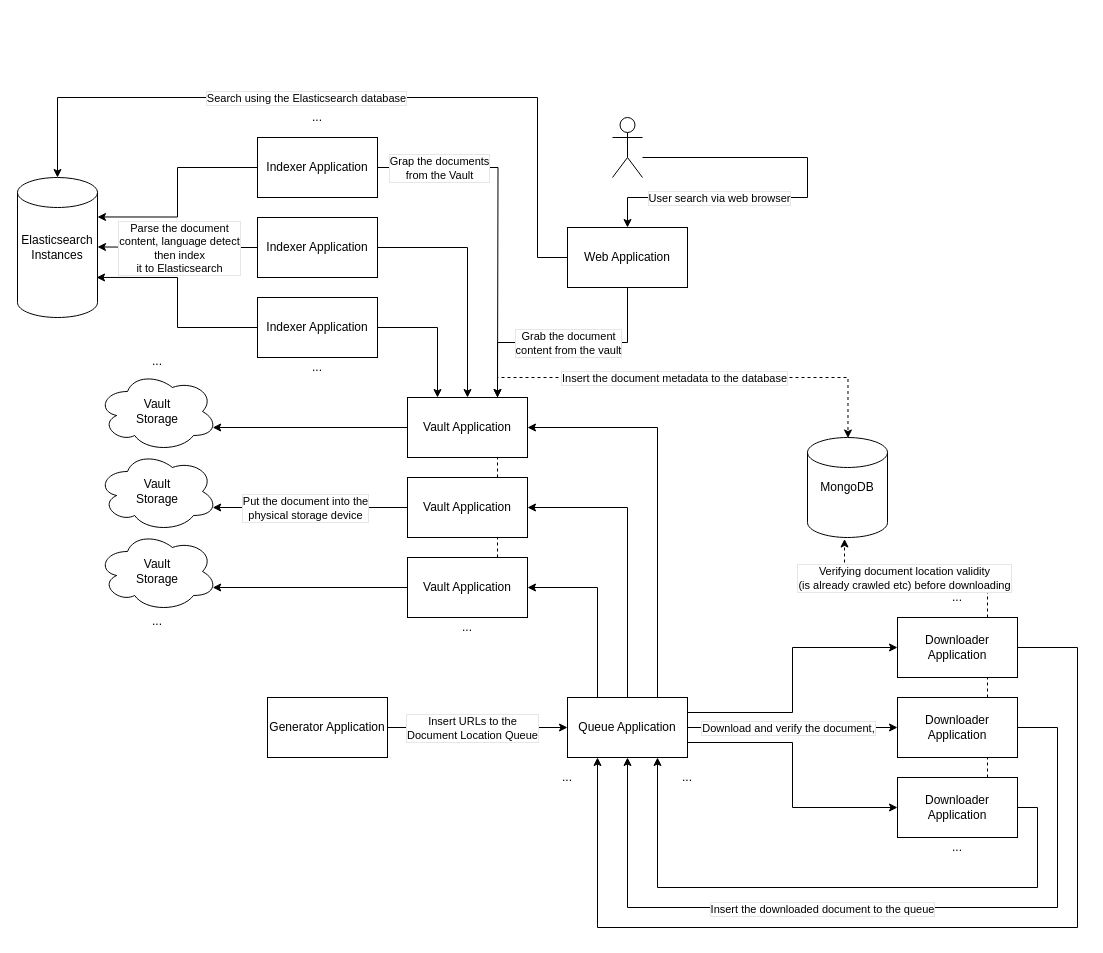
The draw.io diagram documentation/diagram/architecture.drawio in bottomless-archive-project/library-of-alexandria, before the edit. Source tidied: cells renumbered, new cells numbered last; positions are measured from the earlier drawing's top-left corner, leaving out a move shared by most shapes. Both pictures are drawn from the tidied source at 100%, with x=0, y=0 at pixel (17, 97).
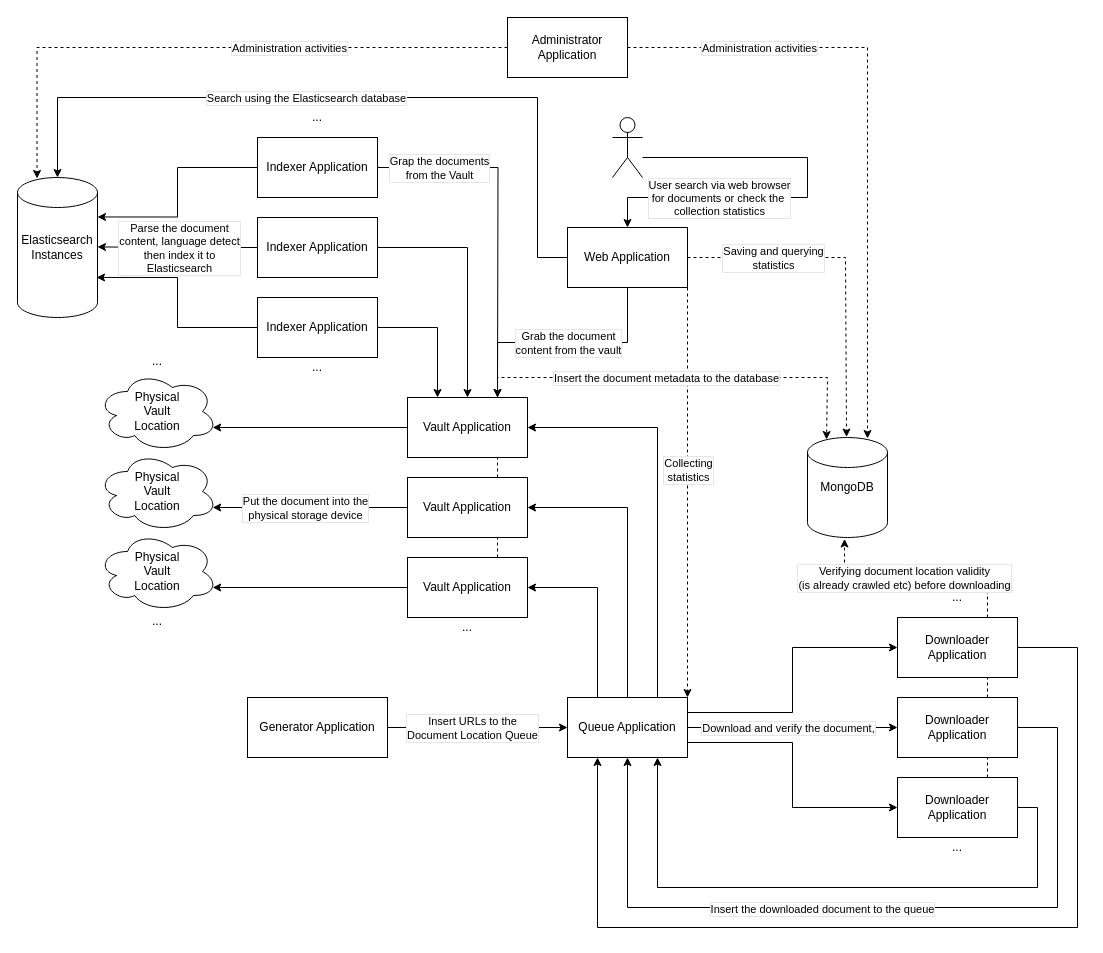
Above is the later version.

Commit message (it also covers changes not shown here):
#203 - Added the architecture diagram to the documentation.

Unchanged cells that the change refers to:
```xml
<mxCell id="12" value="Queue Application" style="rounded=0;whiteSpace=wrap;html=1;" parent="1" vertex="1">
  <mxGeometry x="550" y="600" width="120" height="60" as="geometry" />
</mxCell>
<mxCell id="28" value="MongoDB" style="shape=cylinder2;whiteSpace=wrap;html=1;boundedLbl=1;backgroundOutline=1;size=15;" parent="1" vertex="1">
  <mxGeometry x="790" y="340" width="80" height="100" as="geometry" />
</mxCell>
<mxCell id="32" value="Vault Application" style="rounded=0;whiteSpace=wrap;html=1;" parent="1" vertex="1">
  <mxGeometry x="390" y="300" width="120" height="60" as="geometry" />
</mxCell>
<mxCell id="47" style="edgeStyle=orthogonalEdgeStyle;rounded=0;jettySize=auto;html=1;exitX=0;exitY=0.5;exitDx=0;exitDy=0;entryX=1;entryY=0.496;entryDx=0;entryDy=0;entryPerimeter=0;endArrow=classic;endFill=1;" parent="1" edge="1" source="49" target="50">
  <mxGeometry relative="1" as="geometry" />
</mxCell>
<mxCell id="50" value="Elasticsearch&lt;br&gt;Instances" style="shape=cylinder2;whiteSpace=wrap;html=1;boundedLbl=1;backgroundOutline=1;size=15;" parent="1" vertex="1">
  <mxGeometry y="80" width="80" height="140" as="geometry" />
</mxCell>
<mxCell id="64" style="edgeStyle=orthogonalEdgeStyle;rounded=0;jettySize=auto;html=1;exitX=0.5;exitY=0;exitDx=0;exitDy=0;endArrow=none;endFill=0;startArrow=classic;startFill=1;" parent="1" edge="1" source="66" target="67">
  <mxGeometry relative="1" as="geometry">
    <Array as="points">
      <mxPoint x="610" y="100" />
      <mxPoint x="790" y="100" />
      <mxPoint x="790" y="60" />
    </Array>
  </mxGeometry>
</mxCell>
<mxCell id="66" value="Web Application" style="rounded=0;whiteSpace=wrap;html=1;" parent="1" vertex="1">
  <mxGeometry x="550" y="130" width="120" height="60" as="geometry" />
</mxCell>
```

The edit, as a diff of the source:
```diff
@@
+    <mxCell id="68" style="edgeStyle=orthogonalEdgeStyle;rounded=0;jettySize=auto;html=1;exitX=1;exitY=1;exitDx=0;exitDy=0;entryX=1;entryY=0;entryDx=0;entryDy=0;dashed=1;" parent="1" edge="1" source="66" target="12">
+      <mxGeometry relative="1" as="geometry" />
+    </mxCell>
+    <mxCell id="69" value="Collecting&lt;br&gt;statistics" style="edgeLabel;html=1;align=center;verticalAlign=middle;labelBorderColor=#E6E6E6;" parent="68" vertex="1">
+      <mxGeometry x="-0.11" relative="1" as="geometry" />
+    </mxCell>
@@
     <mxCell id="4" value="Generator Application" style="rounded=0;whiteSpace=wrap;html=1;" parent="1" vertex="1">
-      <mxGeometry x="250" y="600" width="120" height="60" as="geometry" />
+      <mxGeometry x="230" y="600" width="140" height="60" as="geometry" />
     </mxCell>
@@
-    <mxCell id="26" value="..." style="text;html=1;strokeColor=none;fillColor=none;align=center;verticalAlign=middle;whiteSpace=wrap;rounded=0;" parent="1" vertex="1">
-      <mxGeometry x="650" y="670" width="40" height="20" as="geometry" />
-    </mxCell>
-    <mxCell id="27" value="..." style="text;html=1;strokeColor=none;fillColor=none;align=center;verticalAlign=middle;whiteSpace=wrap;rounded=0;" parent="1" vertex="1">
-      <mxGeometry x="530" y="670" width="40" height="20" as="geometry" />
-    </mxCell>
@@
-    <mxCell id="30" style="edgeStyle=orthogonalEdgeStyle;rounded=0;jettySize=auto;html=1;exitX=0.75;exitY=0;exitDx=0;exitDy=0;entryX=0.506;entryY=0.005;entryDx=0;entryDy=0;entryPerimeter=0;dashed=1;endArrow=classic;endFill=1;" parent="1" edge="1" source="32" target="28">
-      <mxGeometry relative="1" as="geometry" />
+    <mxCell id="30" style="edgeStyle=orthogonalEdgeStyle;rounded=0;jettySize=auto;html=1;exitX=0.75;exitY=0;exitDx=0;exitDy=0;dashed=1;endArrow=classic;endFill=1;entryX=0.238;entryY=0.02;entryDx=0;entryDy=0;entryPerimeter=0;" parent="1" edge="1" source="32" target="28">
+      <mxGeometry relative="1" as="geometry">
+        <Array as="points">
+          <mxPoint x="480" y="280" />
+          <mxPoint x="810" y="280" />
+        </Array>
+      </mxGeometry>
     </mxCell>
@@
-    <mxCell id="41" value="Vault&lt;br&gt;Storage" style="ellipse;shape=cloud;whiteSpace=wrap;html=1;" parent="1" vertex="1">
+    <mxCell id="41" value="Physical&lt;br&gt;Vault&lt;br&gt;Location" style="ellipse;shape=cloud;whiteSpace=wrap;html=1;" parent="1" vertex="1">
       <mxGeometry x="80" y="274" width="120" height="80" as="geometry" />
     </mxCell>
-    <mxCell id="42" value="Vault&lt;br&gt;Storage" style="ellipse;shape=cloud;whiteSpace=wrap;html=1;" parent="1" vertex="1">
+    <mxCell id="42" value="Physical&lt;br&gt;Vault&lt;br&gt;Location" style="ellipse;shape=cloud;whiteSpace=wrap;html=1;" parent="1" vertex="1">
       <mxGeometry x="80" y="354" width="120" height="80" as="geometry" />
     </mxCell>
-    <mxCell id="43" value="Vault&lt;br&gt;Storage" style="ellipse;shape=cloud;whiteSpace=wrap;html=1;" parent="1" vertex="1">
+    <mxCell id="43" value="Physical&lt;br&gt;Vault&lt;br&gt;Location" style="ellipse;shape=cloud;whiteSpace=wrap;html=1;" parent="1" vertex="1">
       <mxGeometry x="80" y="434" width="120" height="80" as="geometry" />
     </mxCell>
@@
-    <mxCell id="48" value="Parse the document&lt;br&gt;content, language detect&lt;br&gt;then index&lt;br&gt;it to Elasticsearch" style="edgeLabel;html=1;align=center;verticalAlign=middle;labelBorderColor=#E6E6E6;" parent="47" vertex="1">
+    <mxCell id="48" value="Parse the document&lt;br&gt;content, language detect&lt;br&gt;then index it to&lt;br&gt;Elasticsearch" style="edgeLabel;html=1;align=center;verticalAlign=middle;labelBorderColor=#E6E6E6;" parent="47" vertex="1">
       <mxGeometry x="0.15" relative="1" as="geometry">
         <mxPoint x="12.4" y="0.6" as="offset" />
       </mxGeometry>
     </mxCell>
@@
-    <mxCell id="65" value="User search via web browser" style="edgeLabel;html=1;align=center;verticalAlign=middle;labelBorderColor=#E6E6E6;" parent="64" vertex="1">
+    <mxCell id="65" value="User search via web browser&lt;br&gt;for documents or check the&amp;nbsp;&lt;br&gt;collection statistics" style="edgeLabel;html=1;align=center;verticalAlign=middle;labelBorderColor=#E6E6E6;" parent="64" vertex="1">
       <mxGeometry x="-0.23" y="-1" relative="1" as="geometry">
         <mxPoint x="-39" y="-1" as="offset" />
       </mxGeometry>
     </mxCell>
+    <mxCell id="70" style="edgeStyle=orthogonalEdgeStyle;rounded=0;jettySize=auto;html=1;exitX=1;exitY=0.5;exitDx=0;exitDy=0;dashed=1;entryX=0.488;entryY=-0.005;entryDx=0;entryDy=0;entryPerimeter=0;" parent="1" edge="1" source="66" target="28">
+      <mxGeometry relative="1" as="geometry">
+        <Array as="points">
+          <mxPoint x="828" y="160" />
+        </Array>
+      </mxGeometry>
+    </mxCell>
+    <mxCell id="71" value="Saving and querying&lt;br&gt;statistics" style="edgeLabel;html=1;align=center;verticalAlign=middle;labelBorderColor=#E6E6E6;" parent="70" vertex="1">
+      <mxGeometry x="-0.6" relative="1" as="geometry">
+        <mxPoint x="17" as="offset" />
+      </mxGeometry>
+    </mxCell>
@@
+    <mxCell id="72" style="edgeStyle=orthogonalEdgeStyle;rounded=0;jettySize=auto;html=1;exitX=0;exitY=0.5;exitDx=0;exitDy=0;dashed=1;entryX=0.244;entryY=0.007;entryDx=0;entryDy=0;entryPerimeter=0;" parent="1" edge="1" source="76" target="50">
+      <mxGeometry relative="1" as="geometry">
+        <Array as="points">
+          <mxPoint x="20" y="-50" />
+        </Array>
+      </mxGeometry>
+    </mxCell>
+    <mxCell id="73" value="Administration activities" style="edgeLabel;html=1;align=center;verticalAlign=middle;labelBorderColor=#E6E6E6;" parent="72" vertex="1">
+      <mxGeometry x="-0.56" y="5" relative="1" as="geometry">
+        <mxPoint x="-87" y="-5" as="offset" />
+      </mxGeometry>
+    </mxCell>
+    <mxCell id="74" style="edgeStyle=orthogonalEdgeStyle;rounded=0;jettySize=auto;html=1;exitX=1;exitY=0.5;exitDx=0;exitDy=0;entryX=0.75;entryY=0.01;entryDx=0;entryDy=0;entryPerimeter=0;dashed=1;" parent="1" edge="1" source="76" target="28">
+      <mxGeometry relative="1" as="geometry" />
+    </mxCell>
+    <mxCell id="75" value="Administration activities" style="edgeLabel;html=1;align=center;verticalAlign=middle;labelBorderColor=#E6E6E6;" parent="74" vertex="1">
+      <mxGeometry x="-0.69" y="2" relative="1" as="geometry">
+        <mxPoint x="33" y="2" as="offset" />
+      </mxGeometry>
+    </mxCell>
+    <mxCell id="76" value="Administrator Application" style="rounded=0;whiteSpace=wrap;html=1;" parent="1" vertex="1">
+      <mxGeometry x="490" y="-80" width="120" height="60" as="geometry" />
+    </mxCell>
```
